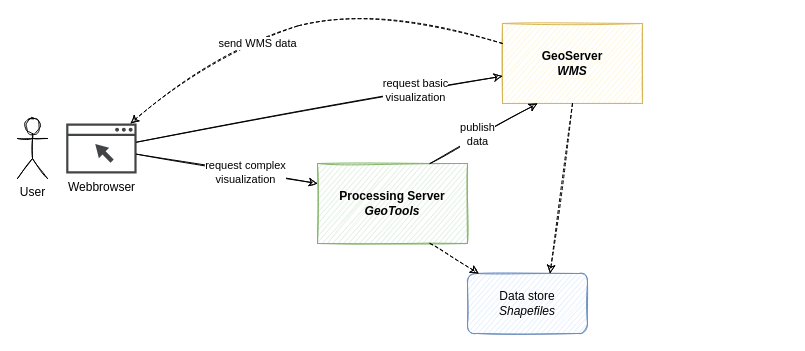
rbergm/git-seminar keeps this draw.io diagram as page "Architecture" (1 of 2) of src/main/doc/diagrams/architecture.drawio. Above is the earlier version. Source tidied: cells renumbered, new cells numbered last; positions are measured from the earlier drawing's top-left corner, leaving out a move shared by most shapes. Both pictures are drawn from the tidied source at 100%, with x=0, y=0 at pixel (17, 3).
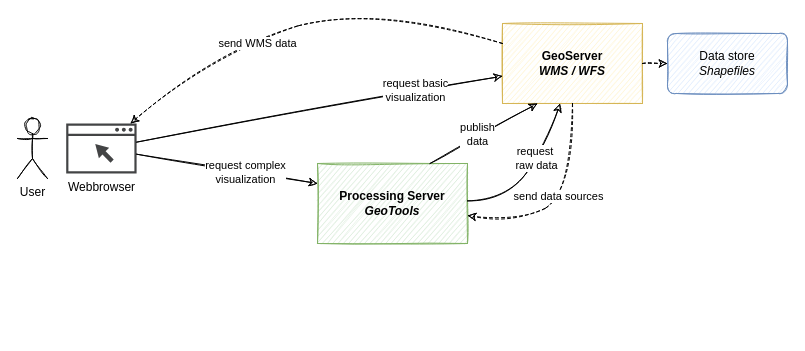
The same diagram, later.

Commit message:
Remove shared datastore from architecture diagram

Unchanged cells that the change refers to:
```xml
<mxCell id="6" value="&lt;b&gt;Processing Server&lt;br&gt;&lt;/b&gt;&lt;div&gt;&lt;b&gt;&lt;i&gt;GeoTools&lt;/i&gt;&lt;/b&gt;&lt;/div&gt;" style="rounded=0;whiteSpace=wrap;html=1;sketch=1;fillColor=#d5e8d4;strokeColor=#82b366;" parent="1" vertex="1">
  <mxGeometry x="300" y="160" width="150" height="80" as="geometry" />
</mxCell>
```

Diff of the diagram source:
```diff
@@
-    <mxCell id="4" value="&lt;b&gt;GeoServer&lt;br&gt;&lt;i&gt;WMS&lt;/i&gt;&lt;/b&gt;" style="rounded=0;whiteSpace=wrap;html=1;sketch=1;fillColor=#fff2cc;strokeColor=#d6b656;" parent="1" vertex="1">
+    <mxCell id="4" value="&lt;b&gt;GeoServer&lt;br&gt;&lt;i&gt;WMS / WFS&lt;/i&gt;&lt;/b&gt;" style="rounded=0;whiteSpace=wrap;html=1;sketch=1;fillColor=#fff2cc;strokeColor=#d6b656;" parent="1" vertex="1">
       <mxGeometry x="485" y="20" width="140" height="80" as="geometry" />
     </mxCell>
     <mxCell id="5" value="Data store&lt;br&gt;&lt;i&gt;Shapefiles&lt;/i&gt;" style="rounded=1;whiteSpace=wrap;html=1;sketch=1;fillColor=#dae8fc;strokeColor=#6c8ebf;" parent="1" vertex="1">
-      <mxGeometry x="450" y="270" width="120" height="60" as="geometry" />
+      <mxGeometry x="650" y="30" width="120" height="60" as="geometry" />
     </mxCell>
@@
-    <mxCell id="13" style="endArrow=classic;html=1;rounded=0;sketch=1;exitX=0.75;exitY=1;exitDx=0;exitDy=0;dashed=1;" parent="1" edge="1" source="6" target="5">
-      <mxGeometry relative="1" as="geometry" />
-    </mxCell>
-    <mxCell id="14" style="endArrow=classic;html=1;rounded=0;sketch=1;exitX=0.5;exitY=1;exitDx=0;exitDy=0;dashed=1;entryX=0.688;entryY=0;entryDx=0;entryDy=0;entryPerimeter=0;" parent="1" edge="1" source="4" target="5">
+    <mxCell id="14" style="endArrow=classic;html=1;rounded=0;sketch=1;dashed=1;" parent="1" edge="1" source="4" target="5">
       <mxGeometry relative="1" as="geometry" />
     </mxCell>
@@
+    <mxCell id="17" style="curved=1;endArrow=classic;html=1;sketch=1;" parent="1" edge="1" source="6" target="4">
+      <mxGeometry relative="1" as="geometry">
+        <Array as="points">
+          <mxPoint x="490" y="196" />
+          <mxPoint x="530" y="140" />
+        </Array>
+      </mxGeometry>
+    </mxCell>
+    <mxCell id="18" value="request&amp;nbsp;&lt;br&gt;raw data" style="edgeLabel;html=1;align=center;verticalAlign=middle;" parent="17" vertex="1">
+      <mxGeometry x="0.19" y="1" relative="1" as="geometry" />
+    </mxCell>
+    <mxCell id="19" style="curved=1;endArrow=classic;html=1;sketch=1;dashed=1;" parent="1" edge="1" source="4" target="6">
+      <mxGeometry relative="1" as="geometry">
+        <Array as="points">
+          <mxPoint x="555" y="190" />
+          <mxPoint x="500" y="220" />
+        </Array>
+      </mxGeometry>
+    </mxCell>
+    <mxCell id="20" value="send data sources" style="edgeLabel;html=1;align=center;verticalAlign=middle;" parent="19" vertex="1">
+      <mxGeometry x="0.02" y="-5" relative="1" as="geometry" />
+    </mxCell>
```
